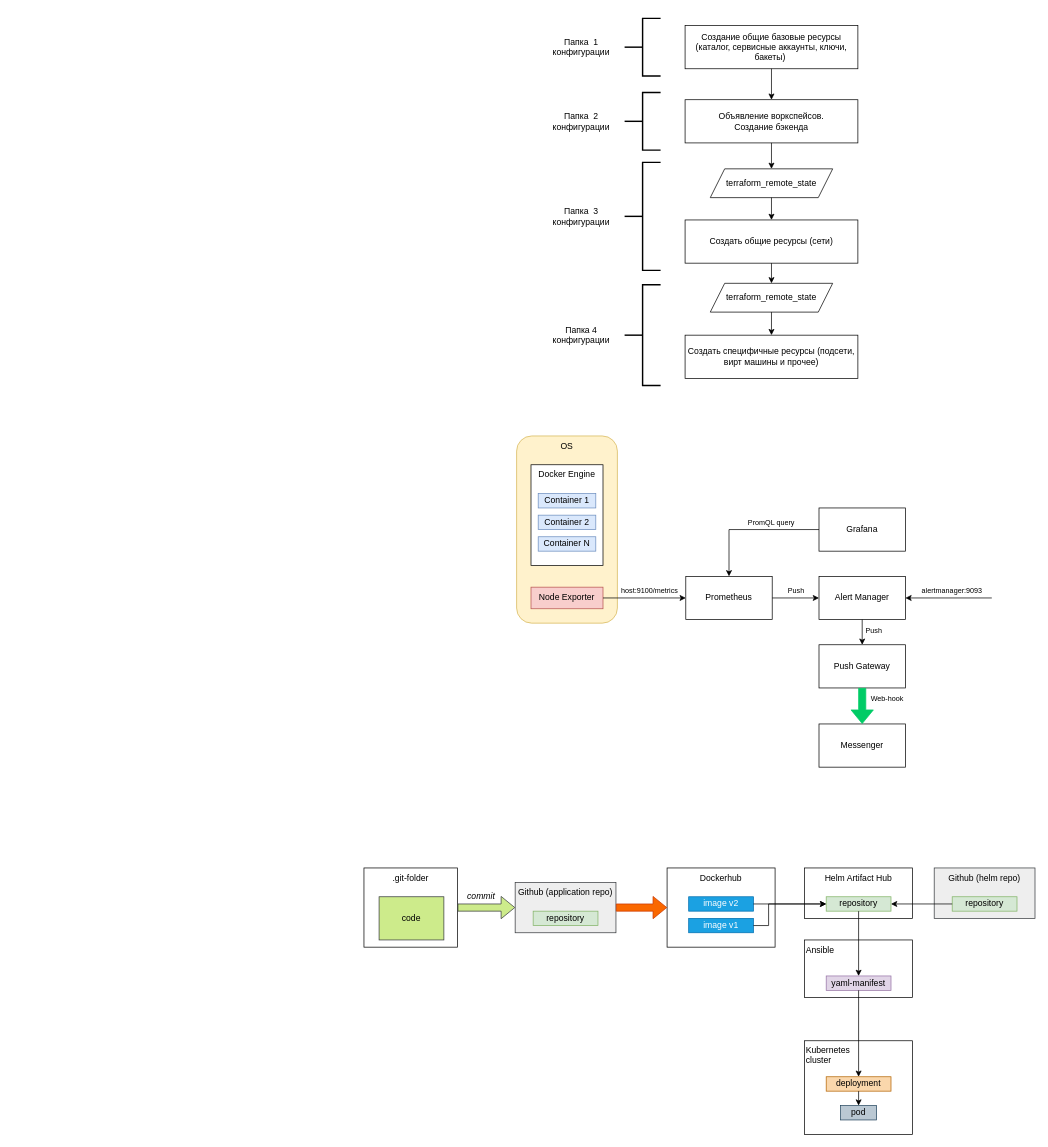
This is 16-diploma-yc/images/diagrams.drawio from olezhuravlev/devops-diploma-yandexcloud, a draw.io file, before an edit. Source tidied: cells renumbered, new cells numbered last; positions are measured from the earlier drawing's top-left corner, leaving out a move shared by most shapes. Both pictures are drawn from the tidied source at 72%, with x=0, y=0 at pixel (364, 18).
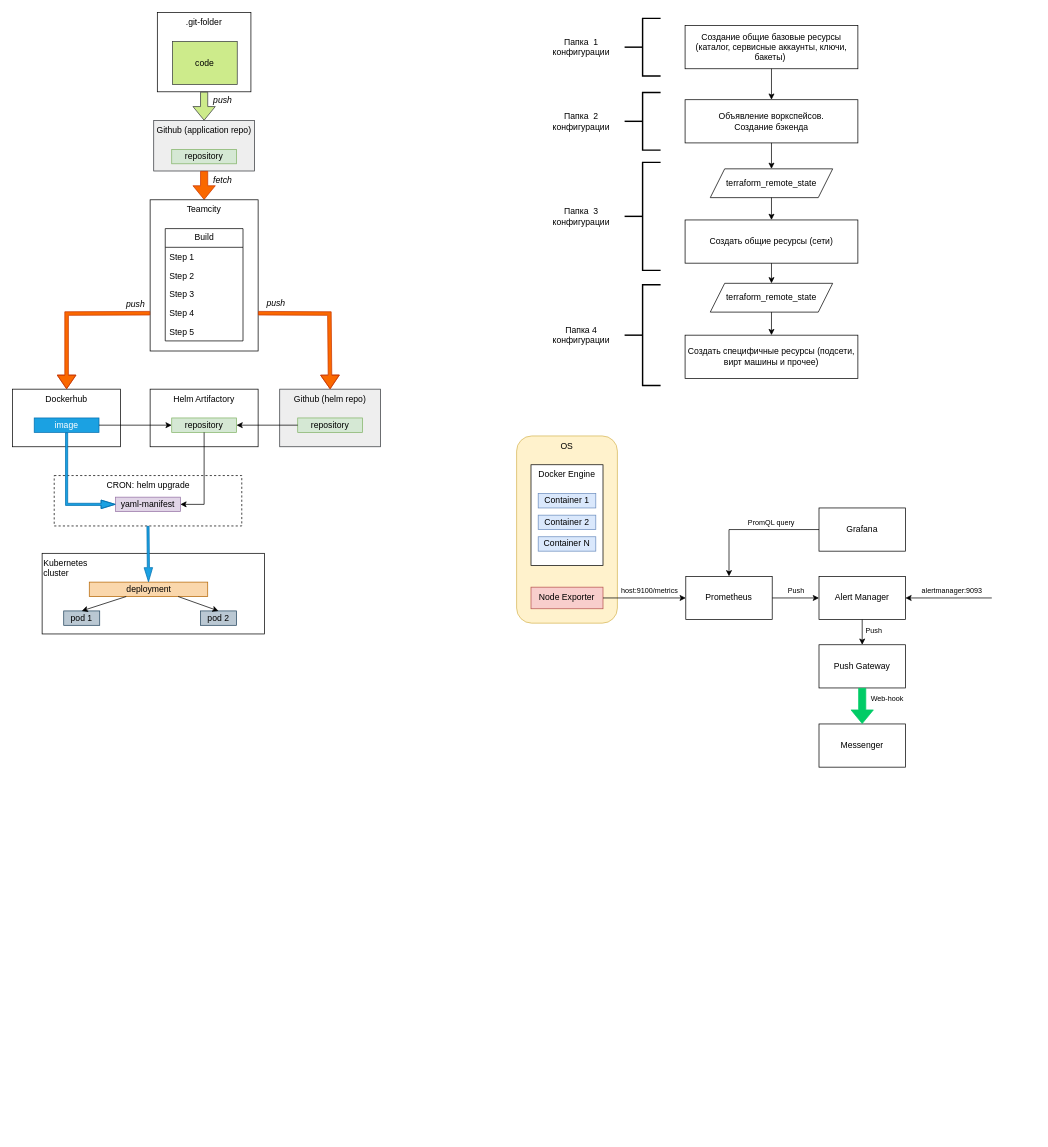
The same diagram, later.

Change to the diagram source:
```diff
@@
     <mxCell id="44" value="Dockerhub" style="rounded=0;whiteSpace=wrap;html=1;align=center;verticalAlign=top;" parent="1" vertex="1">
-      <mxGeometry x="421" y="1180" width="150" height="110" as="geometry" />
+      <mxGeometry x="-488" y="515" width="150" height="80" as="geometry" />
     </mxCell>
     <mxCell id="45" value="Github (helm repo)" style="rounded=0;whiteSpace=wrap;html=1;verticalAlign=top;align=center;fillColor=#eeeeee;strokeColor=#36393d;" parent="1" vertex="1">
-      <mxGeometry x="792" y="1180" width="140" height="70" as="geometry" />
+      <mxGeometry x="-117" y="515" width="140" height="80" as="geometry" />
     </mxCell>
-    <mxCell id="46" value="Helm Artifact Hub" style="rounded=0;whiteSpace=wrap;html=1;align=center;verticalAlign=top;" parent="1" vertex="1">
-      <mxGeometry x="612" y="1180" width="150" height="70" as="geometry" />
+    <mxCell id="46" value="Helm Artifactory" style="rounded=0;whiteSpace=wrap;html=1;align=center;verticalAlign=top;" parent="1" vertex="1">
+      <mxGeometry x="-297" y="515" width="150" height="80" as="geometry" />
     </mxCell>
-    <mxCell id="47" value="Ansible" style="rounded=0;whiteSpace=wrap;html=1;align=left;verticalAlign=top;" parent="1" vertex="1">
-      <mxGeometry x="612" y="1280" width="150" height="80" as="geometry" />
+    <mxCell id="47" value="CRON: helm upgrade" style="rounded=0;whiteSpace=wrap;html=1;align=center;verticalAlign=top;dashed=1;" parent="1" vertex="1">
+      <mxGeometry x="-430.2" y="635" width="260.5" height="70" as="geometry" />
     </mxCell>
     <mxCell id="48" value="yaml-manifest" style="rounded=0;whiteSpace=wrap;html=1;fillColor=#e1d5e7;strokeColor=#9673a6;" parent="1" vertex="1">
-      <mxGeometry x="642" y="1330" width="90" height="20" as="geometry" />
+      <mxGeometry x="-345" y="665" width="90" height="20" as="geometry" />
     </mxCell>
     <mxCell id="49" value="repository" style="rounded=0;whiteSpace=wrap;html=1;fillColor=#d5e8d4;strokeColor=#82b366;" parent="1" vertex="1">
-      <mxGeometry x="642" y="1220" width="90" height="20" as="geometry" />
+      <mxGeometry x="-267" y="555" width="90" height="20" as="geometry" />
     </mxCell>
     <mxCell id="50" value="repository" style="rounded=0;whiteSpace=wrap;html=1;fillColor=#d5e8d4;strokeColor=#82b366;" parent="1" vertex="1">
-      <mxGeometry x="817" y="1220" width="90" height="20" as="geometry" />
+      <mxGeometry x="-92" y="555" width="90" height="20" as="geometry" />
     </mxCell>
-    <mxCell id="51" value="image v2" style="rounded=0;whiteSpace=wrap;html=1;fillColor=#1ba1e2;strokeColor=#006EAF;fontColor=#ffffff;" parent="1" vertex="1">
-      <mxGeometry x="451" y="1220" width="90" height="20" as="geometry" />
+    <mxCell id="51" value="image" style="rounded=0;whiteSpace=wrap;html=1;fillColor=#1ba1e2;strokeColor=#006EAF;fontColor=#ffffff;" parent="1" vertex="1">
+      <mxGeometry x="-458" y="555" width="90" height="20" as="geometry" />
     </mxCell>
-    <mxCell id="52" value="image v1" style="rounded=0;whiteSpace=wrap;html=1;fillColor=#1ba1e2;strokeColor=#006EAF;fontColor=#ffffff;" parent="1" vertex="1">
-      <mxGeometry x="451" y="1250" width="90" height="20" as="geometry" />
-    </mxCell>
@@
-    <mxCell id="55" style="endArrow=classic;html=1;rounded=0;entryX=0.5;entryY=0;entryDx=0;entryDy=0;exitX=0.5;exitY=1;exitDx=0;exitDy=0;" parent="1" edge="1" source="49" target="48">
-      <mxGeometry relative="1" as="geometry" />
+    <mxCell id="55" style="endArrow=classic;html=1;rounded=0;entryX=1;entryY=0.5;entryDx=0;entryDy=0;exitX=0.5;exitY=1;exitDx=0;exitDy=0;" parent="1" edge="1" source="49" target="48">
+      <mxGeometry relative="1" as="geometry">
+        <Array as="points">
+          <mxPoint x="-222" y="675" />
+        </Array>
+      </mxGeometry>
     </mxCell>
     <mxCell id="56" value="Kubernetes&lt;br&gt;cluster" style="rounded=0;whiteSpace=wrap;html=1;align=left;verticalAlign=top;" parent="1" vertex="1">
-      <mxGeometry x="612" y="1420" width="150" height="130" as="geometry" />
+      <mxGeometry x="-447" y="743" width="309" height="112" as="geometry" />
     </mxCell>
     <mxCell id="57" value="deployment" style="rounded=0;whiteSpace=wrap;html=1;fillColor=#fad7ac;strokeColor=#b46504;" parent="1" vertex="1">
-      <mxGeometry x="642" y="1470" width="90" height="20" as="geometry" />
+      <mxGeometry x="-381.5" y="783" width="164.5" height="20" as="geometry" />
     </mxCell>
-    <mxCell id="58" value="pod" style="rounded=0;whiteSpace=wrap;html=1;fillColor=#bac8d3;strokeColor=#23445d;" parent="1" vertex="1">
-      <mxGeometry x="662" y="1510" width="50" height="20" as="geometry" />
+    <mxCell id="58" value="pod 1" style="rounded=0;whiteSpace=wrap;html=1;fillColor=#bac8d3;strokeColor=#23445d;" parent="1" vertex="1">
+      <mxGeometry x="-417" y="823" width="50" height="20" as="geometry" />
     </mxCell>
-    <mxCell id="59" style="endArrow=classic;html=1;rounded=0;entryX=0.5;entryY=0;entryDx=0;entryDy=0;exitX=0.5;exitY=1;exitDx=0;exitDy=0;" parent="1" edge="1" source="48" target="57">
-      <mxGeometry relative="1" as="geometry" />
-    </mxCell>
@@
     <mxCell id="61" value="Github (application repo)" style="rounded=0;whiteSpace=wrap;html=1;verticalAlign=top;align=center;fillColor=#eeeeee;strokeColor=#36393d;" parent="1" vertex="1">
-      <mxGeometry x="210" y="1200" width="140" height="70" as="geometry" />
+      <mxGeometry x="-292" y="142" width="140" height="70" as="geometry" />
     </mxCell>
     <mxCell id="62" value="repository" style="rounded=0;whiteSpace=wrap;html=1;fillColor=#d5e8d4;strokeColor=#82b366;" parent="1" vertex="1">
-      <mxGeometry x="235" y="1240" width="90" height="20" as="geometry" />
+      <mxGeometry x="-267" y="182" width="90" height="20" as="geometry" />
     </mxCell>
-    <mxCell id="63" style="endArrow=classic;html=1;rounded=0;entryX=0;entryY=0.5;entryDx=0;entryDy=0;exitX=1;exitY=0.5;exitDx=0;exitDy=0;" parent="1" edge="1" source="52" target="49">
-      <mxGeometry relative="1" as="geometry">
-        <Array as="points">
-          <mxPoint x="562" y="1260" />
-          <mxPoint x="562" y="1230" />
-        </Array>
-      </mxGeometry>
-    </mxCell>
     <mxCell id="64" value=".git-folder" style="rounded=0;whiteSpace=wrap;html=1;verticalAlign=top;align=center;" parent="1" vertex="1">
-      <mxGeometry y="1180" width="130" height="110" as="geometry" />
+      <mxGeometry x="-287" y="-8" width="130" height="110" as="geometry" />
     </mxCell>
     <mxCell id="65" value="code" style="rounded=0;whiteSpace=wrap;html=1;fillColor=#cdeb8b;strokeColor=#36393d;" parent="1" vertex="1">
-      <mxGeometry x="21" y="1220" width="90" height="60" as="geometry" />
+      <mxGeometry x="-266" y="32" width="90" height="60" as="geometry" />
     </mxCell>
-    <mxCell id="66" style="shape=flexArrow;endArrow=classic;html=1;rounded=0;entryX=0;entryY=0.5;entryDx=0;entryDy=0;exitX=1;exitY=0.5;exitDx=0;exitDy=0;fillColor=#cdeb8b;strokeColor=#36393d;" parent="1" edge="1" source="64" target="61">
+    <mxCell id="66" style="shape=flexArrow;endArrow=classic;html=1;rounded=0;fillColor=#cdeb8b;strokeColor=#36393d;exitX=0.5;exitY=1;exitDx=0;exitDy=0;entryX=0.5;entryY=0;entryDx=0;entryDy=0;" parent="1" edge="1" source="64" target="61">
       <mxGeometry relative="1" as="geometry" />
     </mxCell>
-    <mxCell id="67" value="commit" style="text;html=1;strokeColor=none;fillColor=none;align=center;verticalAlign=middle;whiteSpace=wrap;rounded=0;fontStyle=2;" parent="1" vertex="1">
-      <mxGeometry x="138" y="1210" width="50" height="18" as="geometry" />
+    <mxCell id="67" value="push" style="text;html=1;strokeColor=none;fillColor=none;align=center;verticalAlign=middle;whiteSpace=wrap;rounded=0;fontStyle=2;" parent="1" vertex="1">
+      <mxGeometry x="-221" y="105" width="50" height="18" as="geometry" />
     </mxCell>
-    <mxCell id="68" style="shape=flexArrow;endArrow=classic;html=1;rounded=0;exitX=1;exitY=0.5;exitDx=0;exitDy=0;entryX=0;entryY=0.5;entryDx=0;entryDy=0;fillColor=#fa6800;strokeColor=#C73500;" parent="1" edge="1" source="61" target="44">
+    <mxCell id="68" style="shape=flexArrow;endArrow=classic;html=1;rounded=0;entryX=0.5;entryY=0;entryDx=0;entryDy=0;fillColor=#fa6800;strokeColor=#C73500;exitX=0.5;exitY=1;exitDx=0;exitDy=0;" parent="1" edge="1" source="61" target="69">
       <mxGeometry relative="1" as="geometry" />
     </mxCell>
+    <mxCell id="69" value="Teamcity" style="rounded=0;whiteSpace=wrap;html=1;align=center;verticalAlign=top;" parent="1" vertex="1">
+      <mxGeometry x="-297" y="252" width="150" height="210" as="geometry" />
+    </mxCell>
+    <mxCell id="70" style="shape=flexArrow;endArrow=classic;html=1;rounded=0;fillColor=#fa6800;strokeColor=#C73500;exitX=1;exitY=0.75;exitDx=0;exitDy=0;entryX=0.5;entryY=0;entryDx=0;entryDy=0;width=5;" parent="1" edge="1" source="69" target="45">
+      <mxGeometry relative="1" as="geometry">
+        <Array as="points">
+          <mxPoint x="-48" y="410" />
+        </Array>
+      </mxGeometry>
+    </mxCell>
+    <mxCell id="71" style="shape=flexArrow;endArrow=classic;html=1;rounded=0;fillColor=#fa6800;strokeColor=#C73500;exitX=0;exitY=0.75;exitDx=0;exitDy=0;entryX=0.5;entryY=0;entryDx=0;entryDy=0;width=5;" parent="1" edge="1" source="69" target="44">
+      <mxGeometry relative="1" as="geometry">
+        <Array as="points">
+          <mxPoint x="-413" y="410" />
+        </Array>
+      </mxGeometry>
+    </mxCell>
+    <mxCell id="72" value="Build" style="swimlane;fontStyle=0;horizontal=1;startSize=26;fillColor=none;html=1;" parent="1" vertex="1">
+      <mxGeometry x="-276" y="292" width="108" height="156" as="geometry" />
+    </mxCell>
+    <mxCell id="73" value="Step 1" style="text;strokeColor=none;fillColor=none;align=left;verticalAlign=top;spacingLeft=4;spacingRight=4;overflow=hidden;whiteSpace=wrap;html=1;" parent="72" vertex="1">
+      <mxGeometry y="26" width="108" height="26" as="geometry" />
+    </mxCell>
+    <mxCell id="74" value="Step 2" style="text;strokeColor=none;fillColor=none;align=left;verticalAlign=top;spacingLeft=4;spacingRight=4;overflow=hidden;whiteSpace=wrap;html=1;" parent="72" vertex="1">
+      <mxGeometry y="52" width="108" height="26" as="geometry" />
+    </mxCell>
+    <mxCell id="75" value="Step 3" style="text;strokeColor=none;fillColor=none;align=left;verticalAlign=top;spacingLeft=4;spacingRight=4;overflow=hidden;whiteSpace=wrap;html=1;" parent="72" vertex="1">
+      <mxGeometry y="78" width="108" height="26" as="geometry" />
+    </mxCell>
+    <mxCell id="76" value="Step 4" style="text;strokeColor=none;fillColor=none;align=left;verticalAlign=top;spacingLeft=4;spacingRight=4;overflow=hidden;whiteSpace=wrap;html=1;" parent="72" vertex="1">
+      <mxGeometry y="104" width="108" height="26" as="geometry" />
+    </mxCell>
+    <mxCell id="77" value="Step 5" style="text;strokeColor=none;fillColor=none;align=left;verticalAlign=top;spacingLeft=4;spacingRight=4;overflow=hidden;whiteSpace=wrap;html=1;" parent="72" vertex="1">
+      <mxGeometry y="130" width="108" height="26" as="geometry" />
+    </mxCell>
+    <mxCell id="78" style="shape=flexArrow;endArrow=classic;html=1;rounded=0;fillColor=#1ba1e2;strokeColor=#006EAF;exitX=0.5;exitY=1;exitDx=0;exitDy=0;width=3;entryX=0;entryY=0.5;entryDx=0;entryDy=0;endWidth=7.866666666666666;endSize=6.2;" parent="1" edge="1" source="51" target="48">
+      <mxGeometry relative="1" as="geometry">
+        <Array as="points">
+          <mxPoint x="-413" y="675" />
+        </Array>
+      </mxGeometry>
+    </mxCell>
+    <mxCell id="79" value="pod 2" style="rounded=0;whiteSpace=wrap;html=1;fillColor=#bac8d3;strokeColor=#23445d;" parent="1" vertex="1">
+      <mxGeometry x="-227" y="823" width="50" height="20" as="geometry" />
+    </mxCell>
+    <mxCell id="80" style="endArrow=classic;html=1;rounded=0;entryX=0.5;entryY=0;entryDx=0;entryDy=0;exitX=0.75;exitY=1;exitDx=0;exitDy=0;" parent="1" edge="1" source="57" target="79">
+      <mxGeometry relative="1" as="geometry" />
+    </mxCell>
+    <mxCell id="81" style="shape=flexArrow;endArrow=classic;html=1;rounded=0;fillColor=#1ba1e2;strokeColor=#006EAF;width=3;endWidth=7.866666666666666;endSize=6.2;entryX=0.5;entryY=0;entryDx=0;entryDy=0;exitX=0.5;exitY=1;exitDx=0;exitDy=0;" parent="1" edge="1" source="47" target="57">
+      <mxGeometry relative="1" as="geometry" />
+    </mxCell>
+    <mxCell id="82" value="fetch" style="text;html=1;strokeColor=none;fillColor=none;align=center;verticalAlign=middle;whiteSpace=wrap;rounded=0;fontStyle=2;" parent="1" vertex="1">
+      <mxGeometry x="-221" y="216" width="50" height="18" as="geometry" />
+    </mxCell>
+    <mxCell id="83" value="push" style="text;html=1;strokeColor=none;fillColor=none;align=center;verticalAlign=middle;whiteSpace=wrap;rounded=0;fontStyle=2;" parent="1" vertex="1">
+      <mxGeometry x="-342.5" y="388" width="50" height="18" as="geometry" />
+    </mxCell>
+    <mxCell id="84" value="push" style="text;html=1;strokeColor=none;fillColor=none;align=center;verticalAlign=middle;whiteSpace=wrap;rounded=0;fontStyle=2;" parent="1" vertex="1">
+      <mxGeometry x="-147" y="387" width="50" height="18" as="geometry" />
+    </mxCell>
```
